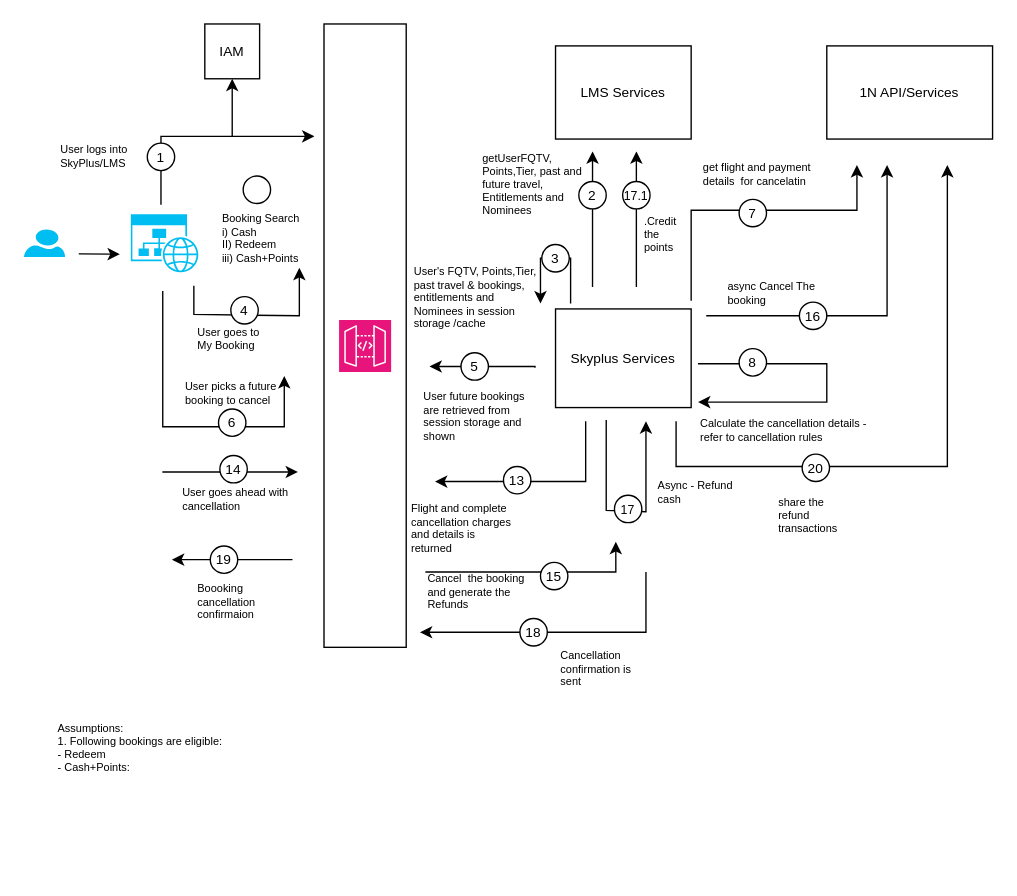
The draw.io diagram page "Page-1" (1 of 2) of Cancellations Cash Plus Points LM Data Flow.drawio in nchauhan4/drawings, before the edit. Source tidied: cells renumbered, new cells numbered last; positions are measured from the earlier drawing's top-left corner, leaving out a move shared by most shapes. Both pictures are drawn from the tidied source at 137%, with x=0, y=0 at pixel (23, 23).
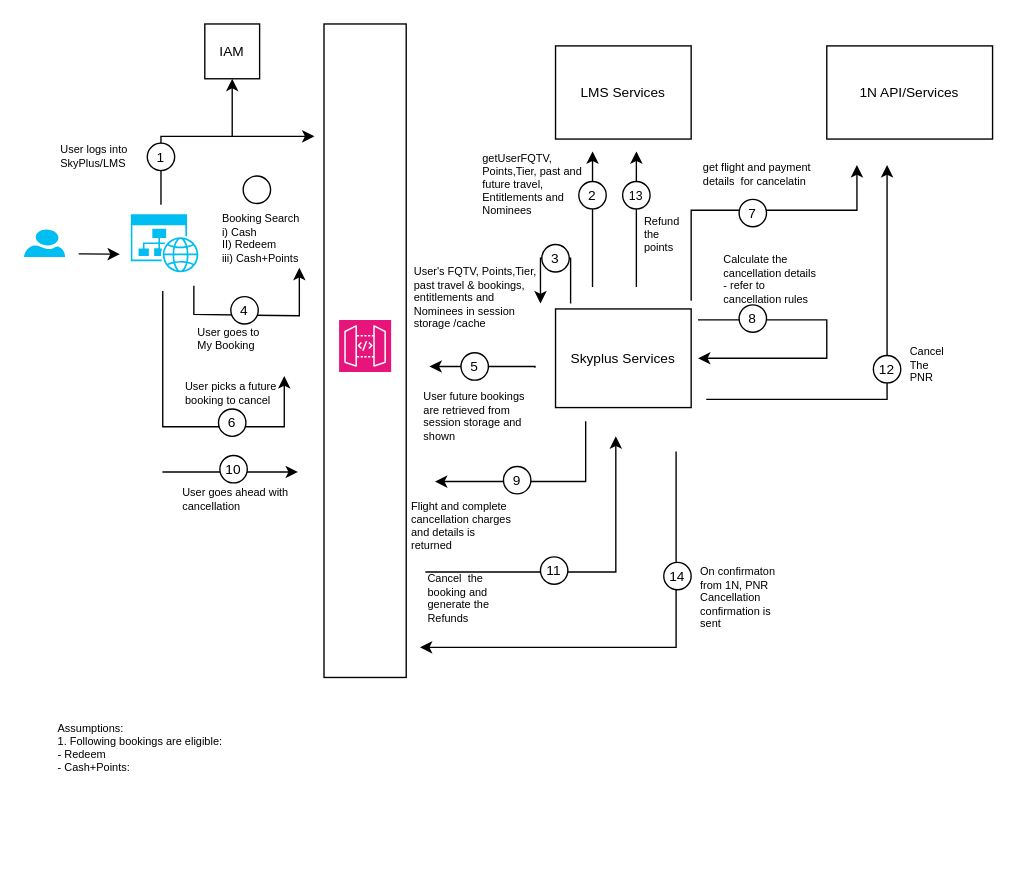
The same page after the edit.

Diff of the diagram source:
```diff
@@
     <mxCell id="3" style="rounded=0;whiteSpace=wrap;html=1;" parent="1" vertex="1">
-      <mxGeometry x="219" width="60" height="455" as="geometry" />
+      <mxGeometry x="219" width="60" height="477" as="geometry" />
     </mxCell>
@@
     <mxCell id="22" style="endArrow=classic;html=1;rounded=0;" parent="1" edge="1">
       <mxGeometry relative="1" as="geometry">
-        <mxPoint x="492" y="248" as="sourcePoint" />
-        <mxPoint x="492" y="276" as="targetPoint" />
+        <mxPoint x="492" y="216" as="sourcePoint" />
+        <mxPoint x="492" y="244" as="targetPoint" />
         <Array as="points">
-          <mxPoint x="586" y="248" />
-          <mxPoint x="586" y="276" />
+          <mxPoint x="586" y="216" />
+          <mxPoint x="586" y="244" />
         </Array>
       </mxGeometry>
     </mxCell>
     <mxCell id="23" style="ellipse;whiteSpace=wrap;html=1;" parent="1" vertex="1">
-      <mxGeometry x="522" y="237" width="20" height="20" as="geometry" />
+      <mxGeometry x="522" y="205" width="20" height="20" as="geometry" />
     </mxCell>
     <mxCell id="24" value="&lt;span style=&quot;font-size: 10px;&quot;&gt;8&lt;/span&gt;" style="text;html=1;strokeColor=none;fillColor=none;align=center;verticalAlign=middle;whiteSpace=wrap;rounded=0;" parent="1" vertex="1">
-      <mxGeometry x="517" y="237" width="30" height="20" as="geometry" />
+      <mxGeometry x="517" y="205" width="30" height="20" as="geometry" />
     </mxCell>
-    <mxCell id="25" value="share the refund transactions" style="text;html=1;strokeColor=none;fillColor=none;align=left;verticalAlign=top;whiteSpace=wrap;rounded=0;fontSize=8;" parent="1" vertex="1">
-      <mxGeometry x="548.8" y="337.5" width="58.5" height="33" as="geometry" />
-    </mxCell>
     <mxCell id="26" value="Calculate the cancellation details - refer to cancellation rules" style="text;html=1;strokeColor=none;fillColor=none;align=left;verticalAlign=top;whiteSpace=wrap;rounded=0;fontSize=8;" parent="1" vertex="1">
-      <mxGeometry x="492" y="281" width="127" height="33" as="geometry" />
+      <mxGeometry x="508.9" y="161" width="72" height="33" as="geometry" />
     </mxCell>
-    <mxCell id="27" style="endArrow=classic;html=1;rounded=0;" parent="1" edge="1">
-      <mxGeometry relative="1" as="geometry">
-        <mxPoint x="196" y="391" as="sourcePoint" />
-        <mxPoint x="108" y="391" as="targetPoint" />
-        <Array as="points">
-          <mxPoint x="163" y="391" />
-          <mxPoint x="130" y="391" />
-        </Array>
-      </mxGeometry>
-    </mxCell>
-    <mxCell id="28" style="ellipse;whiteSpace=wrap;html=1;" parent="1" vertex="1">
-      <mxGeometry x="136" y="381" width="20" height="20" as="geometry" />
-    </mxCell>
-    <mxCell id="29" value="&lt;font style=&quot;font-size: 10px;&quot;&gt;19&lt;/font&gt;" style="text;html=1;strokeColor=none;fillColor=none;align=center;verticalAlign=middle;whiteSpace=wrap;rounded=0;" parent="1" vertex="1">
-      <mxGeometry x="131" y="381" width="30" height="20" as="geometry" />
-    </mxCell>
@@
-    <mxCell id="38" value="Boooking cancellation confirmaion" style="text;html=1;strokeColor=none;fillColor=none;align=left;verticalAlign=top;whiteSpace=wrap;rounded=0;fontSize=8;" parent="1" vertex="1">
-      <mxGeometry x="124.5" y="401" width="55" height="33" as="geometry" />
-    </mxCell>
@@
-    <mxCell id="45" value="Async - Refund cash" style="text;html=1;strokeColor=none;fillColor=none;align=left;verticalAlign=top;whiteSpace=wrap;rounded=0;fontSize=8;" parent="1" vertex="1">
-      <mxGeometry x="460.5" y="326" width="58.5" height="38" as="geometry" />
-    </mxCell>
     <mxCell id="46" style="endArrow=classic;html=1;rounded=0;" parent="1" edge="1">
       <mxGeometry relative="1" as="geometry">
-        <mxPoint x="454" y="400" as="sourcePoint" />
-        <mxPoint x="289" y="444" as="targetPoint" />
+        <mxPoint x="476" y="312" as="sourcePoint" />
+        <mxPoint x="289" y="455" as="targetPoint" />
         <Array as="points">
-          <mxPoint x="454" y="444" />
+          <mxPoint x="476" y="455" />
         </Array>
       </mxGeometry>
     </mxCell>
-    <mxCell id="47" value="Cancellation confirmation is sent" style="text;html=1;strokeColor=none;fillColor=none;align=left;verticalAlign=top;whiteSpace=wrap;rounded=0;fontSize=8;" parent="1" vertex="1">
-      <mxGeometry x="390" y="450" width="61" height="25" as="geometry" />
+    <mxCell id="47" value="On confirmaton from 1N, PNR Cancellation confirmation is sent" style="text;html=1;strokeColor=none;fillColor=none;align=left;verticalAlign=top;whiteSpace=wrap;rounded=0;fontSize=8;" parent="1" vertex="1">
+      <mxGeometry x="492" y="389" width="61" height="58" as="geometry" />
     </mxCell>
     <mxCell id="48" style="ellipse;whiteSpace=wrap;html=1;" parent="1" vertex="1">
-      <mxGeometry x="362" y="434" width="20" height="20" as="geometry" />
+      <mxGeometry x="467" y="393" width="20" height="20" as="geometry" />
     </mxCell>
-    <mxCell id="49" value="&lt;font style=&quot;font-size: 10px;&quot;&gt;18&lt;/font&gt;" style="text;html=1;strokeColor=none;fillColor=none;align=center;verticalAlign=middle;whiteSpace=wrap;rounded=0;" parent="1" vertex="1">
-      <mxGeometry x="357" y="434" width="30" height="20" as="geometry" />
+    <mxCell id="49" value="&lt;font style=&quot;font-size: 10px;&quot;&gt;14&lt;/font&gt;" style="text;html=1;strokeColor=none;fillColor=none;align=center;verticalAlign=middle;whiteSpace=wrap;rounded=0;" parent="1" vertex="1">
+      <mxGeometry x="462" y="393" width="30" height="20" as="geometry" />
     </mxCell>
@@
-    <mxCell id="60" value="&lt;span style=&quot;font-size: 10px;&quot;&gt;13&lt;/span&gt;" style="text;html=1;strokeColor=none;fillColor=none;align=center;verticalAlign=middle;whiteSpace=wrap;rounded=0;" parent="1" vertex="1">
+    <mxCell id="60" value="&lt;span style=&quot;font-size: 10px;&quot;&gt;9&lt;/span&gt;" style="text;html=1;strokeColor=none;fillColor=none;align=center;verticalAlign=middle;whiteSpace=wrap;rounded=0;" parent="1" vertex="1">
       <mxGeometry x="345" y="323" width="30" height="20" as="geometry" />
     </mxCell>
     <mxCell id="61" value="Flight and complete cancellation charges and details is returned&amp;nbsp;" style="text;html=1;strokeColor=none;fillColor=none;align=left;verticalAlign=top;whiteSpace=wrap;rounded=0;fontSize=8;" parent="1" vertex="1">
-      <mxGeometry x="281" y="343" width="82" height="33" as="geometry" />
+      <mxGeometry x="281" y="341" width="82" height="33" as="geometry" />
     </mxCell>
@@
-    <mxCell id="64" value="&lt;font style=&quot;font-size: 10px;&quot;&gt;14&lt;/font&gt;" style="text;html=1;strokeColor=none;fillColor=none;align=center;verticalAlign=middle;whiteSpace=wrap;rounded=0;" parent="1" vertex="1">
+    <mxCell id="64" value="&lt;font style=&quot;font-size: 10px;&quot;&gt;10&lt;/font&gt;" style="text;html=1;strokeColor=none;fillColor=none;align=center;verticalAlign=middle;whiteSpace=wrap;rounded=0;" parent="1" vertex="1">
       <mxGeometry x="138" y="315" width="30" height="20" as="geometry" />
     </mxCell>
     <mxCell id="65" style="endArrow=classic;html=1;rounded=0;" parent="1" edge="1">
       <mxGeometry relative="1" as="geometry">
         <mxPoint x="293" y="400" as="sourcePoint" />
-        <mxPoint x="432" y="378" as="targetPoint" />
+        <mxPoint x="432" y="301" as="targetPoint" />
         <Array as="points">
           <mxPoint x="432" y="400" />
         </Array>
       </mxGeometry>
     </mxCell>
     <mxCell id="66" style="ellipse;whiteSpace=wrap;html=1;" parent="1" vertex="1">
-      <mxGeometry x="377" y="393" width="20" height="20" as="geometry" />
+      <mxGeometry x="377" y="389" width="20" height="20" as="geometry" />
     </mxCell>
-    <mxCell id="67" value="&lt;font style=&quot;font-size: 10px;&quot;&gt;15&lt;/font&gt;" style="text;html=1;strokeColor=none;fillColor=none;align=center;verticalAlign=middle;whiteSpace=wrap;rounded=0;" parent="1" vertex="1">
-      <mxGeometry x="372" y="393" width="30" height="20" as="geometry" />
+    <mxCell id="67" value="&lt;font style=&quot;font-size: 10px;&quot;&gt;11&lt;/font&gt;" style="text;html=1;strokeColor=none;fillColor=none;align=center;verticalAlign=middle;whiteSpace=wrap;rounded=0;" parent="1" vertex="1">
+      <mxGeometry x="372" y="389" width="30" height="20" as="geometry" />
     </mxCell>
     <mxCell id="68" value="Cancel&amp;nbsp; the booking and generate the Refunds" style="text;html=1;strokeColor=none;fillColor=none;align=left;verticalAlign=top;whiteSpace=wrap;rounded=0;fontSize=8;" parent="1" vertex="1">
-      <mxGeometry x="293" y="394" width="77" height="24.5" as="geometry" />
+      <mxGeometry x="293" y="394" width="51" height="24.5" as="geometry" />
     </mxCell>
     <mxCell id="69" style="endArrow=classic;html=1;rounded=0;" parent="1" edge="1">
       <mxGeometry relative="1" as="geometry">
-        <mxPoint x="498" y="213" as="sourcePoint" />
+        <mxPoint x="498" y="274" as="sourcePoint" />
         <mxPoint x="630" y="103" as="targetPoint" />
         <Array as="points">
-          <mxPoint x="553" y="213" />
-          <mxPoint x="630" y="213" />
-          <mxPoint x="630" y="169" />
+          <mxPoint x="553" y="274" />
+          <mxPoint x="630" y="274" />
+          <mxPoint x="630" y="230" />
         </Array>
       </mxGeometry>
     </mxCell>
     <mxCell id="70" style="ellipse;whiteSpace=wrap;html=1;" parent="1" vertex="1">
-      <mxGeometry x="566" y="203" width="20" height="20" as="geometry" />
+      <mxGeometry x="620" y="242" width="20" height="20" as="geometry" />
     </mxCell>
-    <mxCell id="71" value="&lt;font style=&quot;font-size: 10px;&quot;&gt;16&lt;/font&gt;" style="text;html=1;strokeColor=none;fillColor=none;align=center;verticalAlign=middle;whiteSpace=wrap;rounded=0;" parent="1" vertex="1">
-      <mxGeometry x="561" y="203" width="30" height="20" as="geometry" />
+    <mxCell id="71" value="&lt;font style=&quot;font-size: 10px;&quot;&gt;12&lt;/font&gt;" style="text;html=1;strokeColor=none;fillColor=none;align=center;verticalAlign=middle;whiteSpace=wrap;rounded=0;" parent="1" vertex="1">
+      <mxGeometry x="615" y="242" width="30" height="20" as="geometry" />
     </mxCell>
-    <mxCell id="72" value="async Cancel The booking" style="text;html=1;strokeColor=none;fillColor=none;align=left;verticalAlign=top;whiteSpace=wrap;rounded=0;fontSize=8;" parent="1" vertex="1">
-      <mxGeometry x="511.8" y="180.5" width="87.4" height="33" as="geometry" />
+    <mxCell id="72" value="Cancel The PNR" style="text;html=1;strokeColor=none;fillColor=none;align=left;verticalAlign=top;whiteSpace=wrap;rounded=0;fontSize=8;" parent="1" vertex="1">
+      <mxGeometry x="645" y="227.5" width="30.4" height="33" as="geometry" />
     </mxCell>
-    <mxCell id="73" style="endArrow=classic;html=1;rounded=0;" parent="1" edge="1">
-      <mxGeometry relative="1" as="geometry">
-        <mxPoint x="425" y="289" as="sourcePoint" />
-        <mxPoint x="454" y="290" as="targetPoint" />
-        <Array as="points">
-          <mxPoint x="425" y="355" />
-          <mxPoint x="454" y="356" />
-        </Array>
-      </mxGeometry>
-    </mxCell>
-    <mxCell id="74" style="ellipse;whiteSpace=wrap;html=1;" parent="1" vertex="1">
-      <mxGeometry x="431" y="344" width="20" height="20" as="geometry" />
-    </mxCell>
-    <mxCell id="75" value="&lt;font style=&quot;font-size: 9px;&quot;&gt;17&lt;/font&gt;" style="text;html=1;strokeColor=none;fillColor=none;align=center;verticalAlign=middle;whiteSpace=wrap;rounded=0;" parent="1" vertex="1">
-      <mxGeometry x="426" y="344" width="30" height="20" as="geometry" />
-    </mxCell>
@@
-    <mxCell id="77" value="&lt;font style=&quot;font-size: 9px;&quot;&gt;17.1&lt;/font&gt;" style="ellipse;whiteSpace=wrap;html=1;fontSize=10;" parent="1" vertex="1">
+    <mxCell id="77" value="&lt;font style=&quot;font-size: 9px;&quot;&gt;13&lt;/font&gt;" style="ellipse;whiteSpace=wrap;html=1;fontSize=10;" parent="1" vertex="1">
       <mxGeometry x="437" y="115" width="20" height="20" as="geometry" />
     </mxCell>
-    <mxCell id="78" value=".Credit the points" style="text;html=1;strokeColor=none;fillColor=none;align=left;verticalAlign=top;whiteSpace=wrap;rounded=0;fontSize=8;" parent="1" vertex="1">
+    <mxCell id="78" value="Refund the points" style="text;html=1;strokeColor=none;fillColor=none;align=left;verticalAlign=top;whiteSpace=wrap;rounded=0;fontSize=8;" parent="1" vertex="1">
       <mxGeometry x="450.5" y="132.8" width="25.5" height="38" as="geometry" />
     </mxCell>
-    <mxCell id="79" style="endArrow=classic;html=1;rounded=0;" parent="1" edge="1">
-      <mxGeometry relative="1" as="geometry">
-        <mxPoint x="476" y="290" as="sourcePoint" />
-        <mxPoint x="674" y="103" as="targetPoint" />
-        <Array as="points">
-          <mxPoint x="476" y="323" />
-          <mxPoint x="674" y="323" />
-        </Array>
-      </mxGeometry>
-    </mxCell>
-    <mxCell id="80" style="ellipse;whiteSpace=wrap;html=1;" parent="1" vertex="1">
-      <mxGeometry x="568" y="314" width="20" height="20" as="geometry" />
-    </mxCell>
-    <mxCell id="81" value="&lt;font style=&quot;font-size: 10px;&quot;&gt;20&lt;/font&gt;" style="text;html=1;strokeColor=none;fillColor=none;align=center;verticalAlign=middle;whiteSpace=wrap;rounded=0;" parent="1" vertex="1">
-      <mxGeometry x="563" y="314" width="30" height="20" as="geometry" />
-    </mxCell>
```
